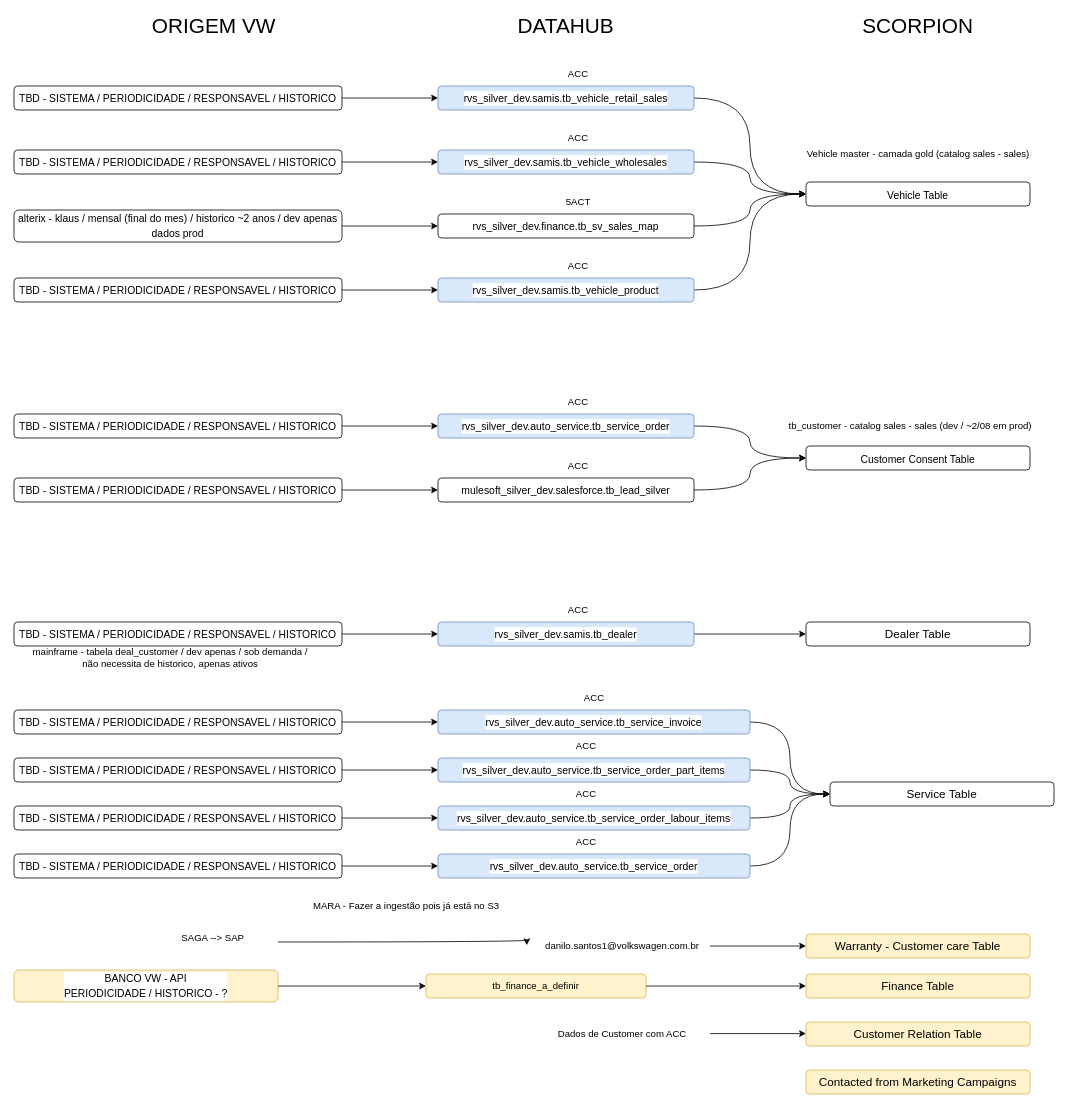
leo-odilon/draw.io keeps this draw.io diagram as page "Fluxo Tabelas" (4 of 6) of scorpion.drawio. Above is the earlier version. Source tidied: cells renumbered, new cells numbered last; positions are measured from the earlier drawing's top-left corner, leaving out a move shared by most shapes. Both pictures are drawn from the tidied source at 80%, with x=0, y=0 at pixel (14, 14).
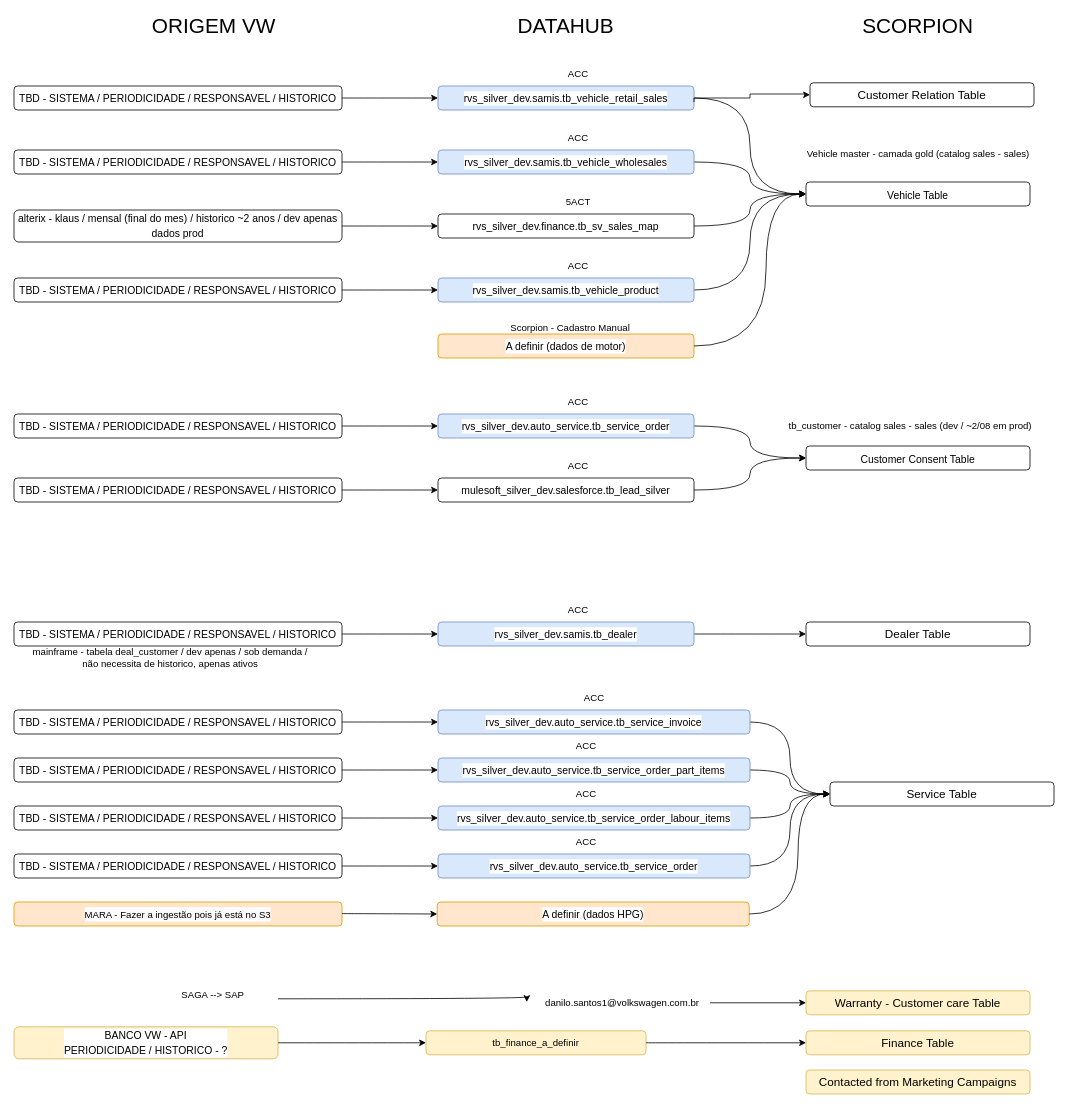
Above is the later version.

Unchanged cells that the change refers to:
```xml
<mxCell id="2" value="&lt;div style=&quot;font-size: 13px;&quot;&gt;&lt;table style=&quot;border-collapse: collapse; width: 182pt; font-size: 13px;&quot; width=&quot;243&quot;&gt;&lt;colgroup style=&quot;font-size: 13px;&quot;&gt;&lt;col style=&quot;width: 182pt; font-size: 13px;&quot; width=&quot;243&quot;&gt;&lt;/colgroup&gt;&lt;tbody style=&quot;font-size: 13px;&quot;&gt;&lt;tr style=&quot;height: 15pt; font-size: 13px;&quot; height=&quot;20&quot;&gt;&lt;td style=&quot;padding-top: 1px; padding-right: 1px; padding-left: 1px; font-size: 13px; font-family: &amp;quot;Aptos Narrow&amp;quot;, sans-serif; vertical-align: bottom; border: none; text-wrap: nowrap; width: 182pt; height: 15pt;&quot; class=&quot;xl24&quot; height=&quot;20&quot; width=&quot;243&quot;&gt;Vehicle Table&lt;/td&gt;&lt;/tr&gt;&lt;/tbody&gt;&lt;/table&gt;&lt;/div&gt;" style="rounded=1;whiteSpace=wrap;html=1;align=center;fontSize=13;" parent="1" vertex="1">
  <mxGeometry x="990" y="210" width="280" height="30" as="geometry" />
</mxCell>
<mxCell id="3" value="&lt;div style=&quot;font-size: medium;&quot;&gt;&lt;div style=&quot;&quot;&gt;&lt;table width=&quot;243&quot; style=&quot;border-collapse: collapse; width: 182pt;&quot;&gt;&lt;colgroup&gt;&lt;col width=&quot;243&quot; style=&quot;width: 182pt;&quot;&gt;&lt;/colgroup&gt;&lt;tbody&gt;&lt;tr height=&quot;21&quot; style=&quot;height: 15.75pt;&quot;&gt;&lt;td width=&quot;243&quot; height=&quot;21&quot; class=&quot;xl24&quot; style=&quot;padding-top: 1px; padding-right: 1px; padding-left: 1px; font-size: 11pt; font-family: &amp;quot;Aptos Narrow&amp;quot;, sans-serif; vertical-align: bottom; border: none; text-wrap: nowrap; width: 182pt; height: 15.75pt;&quot;&gt;Service Table&lt;/td&gt;&lt;/tr&gt;&lt;/tbody&gt;&lt;/table&gt;&lt;/div&gt;&lt;/div&gt;" style="rounded=1;whiteSpace=wrap;html=1;align=center;" parent="1" vertex="1">
  <mxGeometry x="1020" y="960" width="280" height="30" as="geometry" />
</mxCell>
```

What changed in the source:
```diff
@@
-    <mxCell id="4" value="&lt;div style=&quot;font-size: medium;&quot;&gt;&lt;div style=&quot;&quot;&gt;&lt;div style=&quot;&quot;&gt;&lt;table width=&quot;243&quot; style=&quot;border-collapse: collapse; width: 182pt;&quot;&gt;&lt;colgroup&gt;&lt;col width=&quot;243&quot; style=&quot;width: 182pt;&quot;&gt;&lt;/colgroup&gt;&lt;tbody&gt;&lt;tr height=&quot;21&quot; style=&quot;height: 15.75pt;&quot;&gt;&lt;td width=&quot;243&quot; height=&quot;21&quot; class=&quot;xl24&quot; style=&quot;padding-top: 1px; padding-right: 1px; padding-left: 1px; font-size: 11pt; font-family: &amp;quot;Aptos Narrow&amp;quot;, sans-serif; vertical-align: bottom; border: none; text-wrap: nowrap; width: 182pt; height: 15.75pt;&quot;&gt;Customer Relation Table&lt;/td&gt;&lt;/tr&gt;&lt;/tbody&gt;&lt;/table&gt;&lt;/div&gt;&lt;/div&gt;&lt;/div&gt;" style="rounded=1;whiteSpace=wrap;html=1;align=center;verticalAlign=middle;fillColor=#fff2cc;strokeColor=#d6b656;" parent="1" vertex="1">
-      <mxGeometry x="990" y="1260" width="280" height="30" as="geometry" />
-    </mxCell>
     <mxCell id="5" value="&lt;div style=&quot;font-size: medium;&quot;&gt;&lt;div style=&quot;&quot;&gt;&lt;table width=&quot;243&quot; style=&quot;border-collapse: collapse; width: 182pt;&quot;&gt;&lt;colgroup&gt;&lt;col width=&quot;243&quot; style=&quot;width: 182pt;&quot;&gt;&lt;/colgroup&gt;&lt;tbody&gt;&lt;tr height=&quot;21&quot; style=&quot;height: 15.75pt;&quot;&gt;&lt;td width=&quot;243&quot; height=&quot;21&quot; class=&quot;xl24&quot; style=&quot;padding-top: 1px; padding-right: 1px; padding-left: 1px; font-size: 11pt; font-family: &amp;quot;Aptos Narrow&amp;quot;, sans-serif; vertical-align: bottom; border: none; text-wrap: nowrap; width: 182pt; height: 15.75pt;&quot;&gt;Warranty - Customer care Table&lt;/td&gt;&lt;/tr&gt;&lt;/tbody&gt;&lt;/table&gt;&lt;/div&gt;&lt;/div&gt;" style="rounded=1;whiteSpace=wrap;html=1;align=center;fillColor=#fff2cc;strokeColor=#d6b656;" parent="1" vertex="1">
-      <mxGeometry x="990" y="1150" width="280" height="30" as="geometry" />
+      <mxGeometry x="990" y="1221" width="280" height="30" as="geometry" />
     </mxCell>
     <mxCell id="6" value="tb_finance_a_definir" style="rounded=1;whiteSpace=wrap;html=1;align=center;fillColor=#fff2cc;strokeColor=#d6b656;" parent="1" vertex="1">
-      <mxGeometry x="515" y="1200" width="275" height="30" as="geometry" />
+      <mxGeometry x="515" y="1271" width="275" height="30" as="geometry" />
     </mxCell>
@@
     <mxCell id="65" value="&lt;div style=&quot;font-size: 13px;&quot;&gt;&lt;div style=&quot;font-size: 13px; line-height: 18px; white-space: pre;&quot;&gt;BANCO VW - API&lt;/div&gt;&lt;div style=&quot;font-size: 13px; line-height: 18px; white-space: pre;&quot;&gt;PERIODICIDADE / HISTORICO - ?&lt;/div&gt;&lt;/div&gt;" style="rounded=1;whiteSpace=wrap;html=1;align=center;labelBackgroundColor=default;fontFamily=Helvetica;fontSize=13;fillColor=#fff2cc;strokeColor=#d6b656;" parent="1" vertex="1">
-      <mxGeometry y="1195" width="330" height="40" as="geometry" />
+      <mxGeometry y="1266" width="330" height="40" as="geometry" />
     </mxCell>
@@
     <mxCell id="67" value="&lt;div style=&quot;font-size: medium;&quot;&gt;&lt;div style=&quot;&quot;&gt;&lt;div style=&quot;&quot;&gt;&lt;table width=&quot;243&quot; style=&quot;border-collapse: collapse; width: 182pt;&quot;&gt;&lt;colgroup&gt;&lt;col width=&quot;243&quot; style=&quot;width: 182pt;&quot;&gt;&lt;/colgroup&gt;&lt;tbody&gt;&lt;tr height=&quot;21&quot; style=&quot;height: 15.75pt;&quot;&gt;&lt;td width=&quot;243&quot; height=&quot;21&quot; class=&quot;xl24&quot; style=&quot;padding-top: 1px; padding-right: 1px; padding-left: 1px; font-size: 11pt; font-family: &amp;quot;Aptos Narrow&amp;quot;, sans-serif; vertical-align: bottom; border: none; text-wrap: nowrap; width: 182pt; height: 15.75pt;&quot;&gt;Finance Table&lt;/td&gt;&lt;/tr&gt;&lt;/tbody&gt;&lt;/table&gt;&lt;/div&gt;&lt;/div&gt;&lt;/div&gt;" style="rounded=1;whiteSpace=wrap;html=1;align=center;fillColor=#fff2cc;strokeColor=#d6b656;" parent="1" vertex="1">
-      <mxGeometry x="990" y="1200" width="280" height="30" as="geometry" />
+      <mxGeometry x="990" y="1271" width="280" height="30" as="geometry" />
     </mxCell>
@@
     <mxCell id="73" value="SAGA --&amp;gt; SAP&amp;nbsp;" style="text;html=1;align=center;verticalAlign=middle;strokeColor=none;fillColor=none;" parent="1" vertex="1">
-      <mxGeometry x="200" y="1140" width="100" height="30" as="geometry" />
+      <mxGeometry x="200" y="1211" width="100" height="30" as="geometry" />
     </mxCell>
@@
     <mxCell id="75" value="danilo.santos1@volkswagen.com.br" style="text;html=1;align=center;verticalAlign=middle;points=[];strokeColor=none;fillColor=none;" parent="1" vertex="1">
-      <mxGeometry x="650" y="1150" width="220" height="30" as="geometry" />
+      <mxGeometry x="650" y="1221" width="220" height="30" as="geometry" />
     </mxCell>
-    <mxCell id="76" value="Dados de Customer com ACC" style="text;html=1;align=center;verticalAlign=middle;strokeColor=none;fillColor=none;" parent="1" vertex="1">
-      <mxGeometry x="670" y="1260" width="180" height="30" as="geometry" />
-    </mxCell>
-    <mxCell id="77" style="edgeStyle=orthogonalEdgeStyle;rounded=0;orthogonalLoop=1;jettySize=auto;html=1;" parent="1" edge="1">
-      <mxGeometry relative="1" as="geometry">
-        <mxPoint x="870" y="1274.5" as="sourcePoint" />
-        <mxPoint x="990" y="1274.5" as="targetPoint" />
-      </mxGeometry>
-    </mxCell>
-    <mxCell id="78" value="MARA - Fazer a ingestão pois já está no S3" style="text;html=1;align=center;verticalAlign=middle;strokeColor=none;fillColor=none;" parent="1" vertex="1">
-      <mxGeometry x="360" y="1100" width="260" height="30" as="geometry" />
-    </mxCell>
     <mxCell id="79" style="edgeStyle=orthogonalEdgeStyle;curved=1;rounded=0;jettySize=auto;html=1;fontSize=13;entryX=-0.041;entryY=0.467;entryDx=0;entryDy=0;entryPerimeter=0;" parent="1" edge="1" target="75">
       <mxGeometry relative="1" as="geometry">
-        <mxPoint x="330" y="1160" as="sourcePoint" />
+        <mxPoint x="330" y="1231" as="sourcePoint" />
         <Array as="points">
-          <mxPoint x="330" y="1160" />
-          <mxPoint x="641" y="1160" />
+          <mxPoint x="330" y="1231" />
+          <mxPoint x="641" y="1231" />
         </Array>
       </mxGeometry>
     </mxCell>
@@
+    <mxCell id="4" value="&lt;div style=&quot;font-size: medium;&quot;&gt;&lt;div style=&quot;&quot;&gt;&lt;div style=&quot;&quot;&gt;&lt;table width=&quot;243&quot; style=&quot;border-collapse: collapse; width: 182pt;&quot;&gt;&lt;colgroup&gt;&lt;col width=&quot;243&quot; style=&quot;width: 182pt;&quot;&gt;&lt;/colgroup&gt;&lt;tbody&gt;&lt;tr height=&quot;21&quot; style=&quot;height: 15.75pt;&quot;&gt;&lt;td width=&quot;243&quot; height=&quot;21&quot; class=&quot;xl24&quot; style=&quot;padding-top: 1px; padding-right: 1px; padding-left: 1px; font-size: 11pt; font-family: &amp;quot;Aptos Narrow&amp;quot;, sans-serif; vertical-align: bottom; border: none; text-wrap: nowrap; width: 182pt; height: 15.75pt;&quot;&gt;Customer Relation Table&lt;/td&gt;&lt;/tr&gt;&lt;/tbody&gt;&lt;/table&gt;&lt;/div&gt;&lt;/div&gt;&lt;/div&gt;" style="rounded=1;whiteSpace=wrap;html=1;align=center;verticalAlign=middle;" parent="1" vertex="1">
+      <mxGeometry x="995" y="86" width="280" height="30" as="geometry" />
+    </mxCell>
+    <mxCell id="82" style="edgeStyle=orthogonalEdgeStyle;rounded=0;jettySize=auto;html=1;entryX=0;entryY=0.5;entryDx=0;entryDy=0;" parent="1" edge="1" target="4">
+      <mxGeometry relative="1" as="geometry">
+        <mxPoint x="850" y="110" as="sourcePoint" />
+        <Array as="points">
+          <mxPoint x="920" y="105" />
+          <mxPoint x="920" y="100" />
+          <mxPoint x="990" y="100" />
+          <mxPoint x="990" y="101" />
+        </Array>
+      </mxGeometry>
+    </mxCell>
+    <mxCell id="83" value="&lt;div style=&quot;font-size: 13px;&quot;&gt;&lt;div style=&quot;font-size: 13px; line-height: 18px; white-space: pre;&quot;&gt;A definir (dados de motor)&lt;/div&gt;&lt;/div&gt;" style="rounded=1;whiteSpace=wrap;html=1;align=center;labelBackgroundColor=default;fontFamily=Helvetica;fontSize=13;fillColor=#ffe6cc;strokeColor=#d79b00;" parent="1" vertex="1">
+      <mxGeometry x="530" y="400" width="320" height="30" as="geometry" />
+    </mxCell>
+    <mxCell id="84" value="Scorpion - Cadastro Manual" style="text;html=1;align=center;verticalAlign=middle;strokeColor=none;fillColor=none;" parent="1" vertex="1">
+      <mxGeometry x="610" y="378" width="170" height="30" as="geometry" />
+    </mxCell>
+    <mxCell id="85" style="edgeStyle=orthogonalEdgeStyle;curved=1;rounded=0;jettySize=auto;html=1;fontSize=13;exitX=1;exitY=0.5;exitDx=0;exitDy=0;entryX=0;entryY=0.5;entryDx=0;entryDy=0;" parent="1" edge="1" source="83" target="2">
+      <mxGeometry relative="1" as="geometry">
+        <Array as="points">
+          <mxPoint x="940" y="415" />
+          <mxPoint x="940" y="225" />
+        </Array>
+      </mxGeometry>
+    </mxCell>
+    <mxCell id="78" value="&lt;div style=&quot;font-size: 13px;&quot;&gt;&lt;div style=&quot;font-size: 13px; line-height: 18px; white-space: pre;&quot;&gt;&lt;span style=&quot;font-size: 12px; white-space-collapse: collapse; background-color: rgb(251, 251, 251);&quot;&gt;MARA - Fazer a ingestão pois já está no S3&lt;/span&gt;&lt;br&gt;&lt;/div&gt;&lt;/div&gt;" style="rounded=1;whiteSpace=wrap;html=1;align=center;labelBackgroundColor=default;fontFamily=Helvetica;fontSize=13;fillColor=#ffe6cc;strokeColor=#d79b00;" parent="1" vertex="1">
+      <mxGeometry y="1110" width="410" height="30" as="geometry" />
+    </mxCell>
+    <mxCell id="86" value="&lt;div style=&quot;&quot;&gt;&lt;div style=&quot;line-height: 18px;&quot;&gt;&lt;span style=&quot;white-space: pre;&quot;&gt;A definir (dados HPG)&lt;/span&gt;&lt;br&gt;&lt;/div&gt;&lt;/div&gt;" style="rounded=1;whiteSpace=wrap;html=1;align=center;labelBackgroundColor=default;fontFamily=Helvetica;fontSize=13;fillColor=#ffe6cc;strokeColor=#d79b00;" parent="1" vertex="1">
+      <mxGeometry x="529" y="1110" width="390" height="30" as="geometry" />
+    </mxCell>
+    <mxCell id="87" style="edgeStyle=orthogonalEdgeStyle;curved=1;rounded=0;jettySize=auto;html=1;entryX=0;entryY=0.5;entryDx=0;entryDy=0;fontSize=13;" parent="1" edge="1" target="86">
+      <mxGeometry relative="1" as="geometry">
+        <mxPoint x="410" y="1124.5" as="sourcePoint" />
+      </mxGeometry>
+    </mxCell>
+    <mxCell id="88" style="edgeStyle=orthogonalEdgeStyle;rounded=0;jettySize=auto;html=1;exitX=1;exitY=0.5;exitDx=0;exitDy=0;entryX=0;entryY=0.5;entryDx=0;entryDy=0;curved=1;" parent="1" edge="1" source="86" target="3">
+      <mxGeometry relative="1" as="geometry">
+        <Array as="points">
+          <mxPoint x="980" y="1125" />
+          <mxPoint x="980" y="975" />
+        </Array>
+      </mxGeometry>
+    </mxCell>
```
